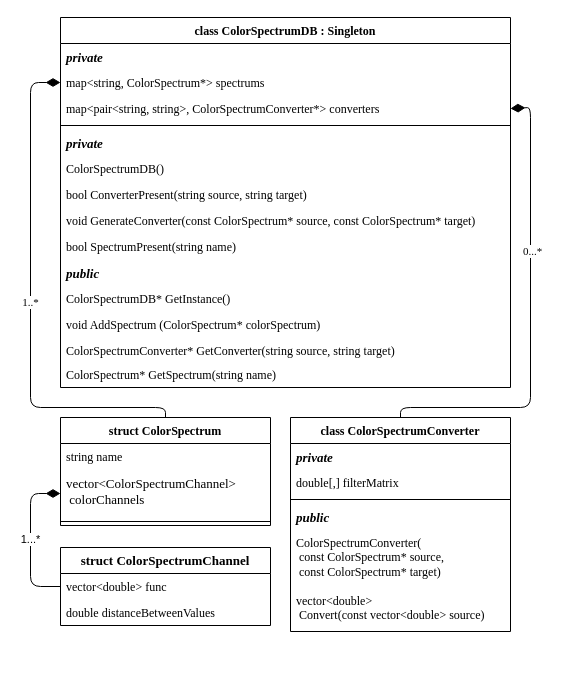
Before: page "ColorSpectrum" (4 of 9) of Docs/Class diagrams.drawio in SpatiumOwl/ComplexSky-2.0, a draw.io diagram. Source tidied: cells renumbered, new cells numbered last; positions are measured from the earlier drawing's top-left corner, leaving out a move shared by most shapes. Both pictures are drawn from the tidied source at 100%, with x=0, y=0 at pixel (30, 17).
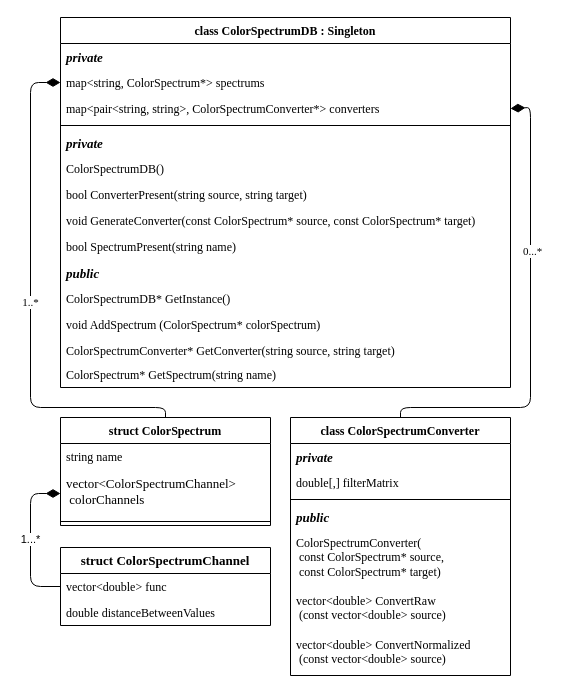
The same diagram, later.

Diff of the diagram source:
```diff
@@
     <mxCell id="6" value="class ColorSpectrumConverter" style="swimlane;fontStyle=1;align=center;verticalAlign=top;horizontal=1;startSize=26;whiteSpace=wrap;html=1;fontFamily=Times New Roman;" parent="1" vertex="1">
-      <mxGeometry x="260" y="400" width="220" height="214" as="geometry" />
+      <mxGeometry x="260" y="400" width="220" height="258" as="geometry" />
     </mxCell>
@@
-    <mxCell id="12" value="vector&amp;lt;double&amp;gt; &lt;br&gt;&lt;span style=&quot;white-space: pre;&quot;&gt; &lt;/span&gt;Convert(const vector&amp;lt;double&amp;gt; source)" style="text;strokeColor=none;fillColor=none;align=left;verticalAlign=top;spacingLeft=4;spacingRight=4;overflow=hidden;whiteSpace=wrap;html=1;fontFamily=Times New Roman;" parent="6" vertex="1">
+    <mxCell id="12" value="vector&amp;lt;double&amp;gt; ConvertRaw&lt;br&gt;&lt;span style=&quot;white-space: pre;&quot;&gt; &lt;/span&gt;(const vector&amp;lt;double&amp;gt; source)" style="text;strokeColor=none;fillColor=none;align=left;verticalAlign=top;spacingLeft=4;spacingRight=4;overflow=hidden;whiteSpace=wrap;html=1;fontFamily=Times New Roman;" parent="6" vertex="1">
       <mxGeometry y="170" width="220" height="44" as="geometry" />
     </mxCell>
+    <mxCell id="35" value="vector&amp;lt;double&amp;gt; ConvertNormalized&lt;br&gt;&lt;span style=&quot;white-space: pre;&quot;&gt; &lt;/span&gt;(const vector&amp;lt;double&amp;gt; source)" style="text;strokeColor=none;fillColor=none;align=left;verticalAlign=top;spacingLeft=4;spacingRight=4;overflow=hidden;whiteSpace=wrap;html=1;fontFamily=Times New Roman;" parent="6" vertex="1">
+      <mxGeometry y="214" width="220" height="44" as="geometry" />
+    </mxCell>
```
